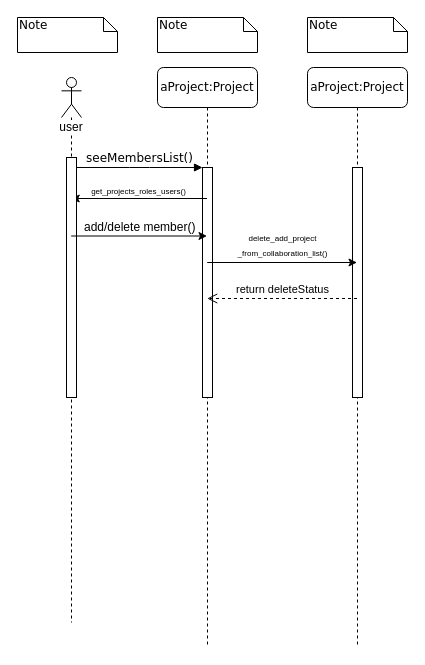
amirabbas8/ScrumOfficer keeps this draw.io diagram as Behavioral Modeling/See and Add or Delete Member Sequence Diagram.drawio. Above is the earlier version. Source tidied: cells renumbered, new cells numbered last; positions are measured from the earlier drawing's top-left corner, leaving out a move shared by most shapes. Both pictures are drawn from the tidied source at 100%, with x=0, y=0 at pixel (17, 17).
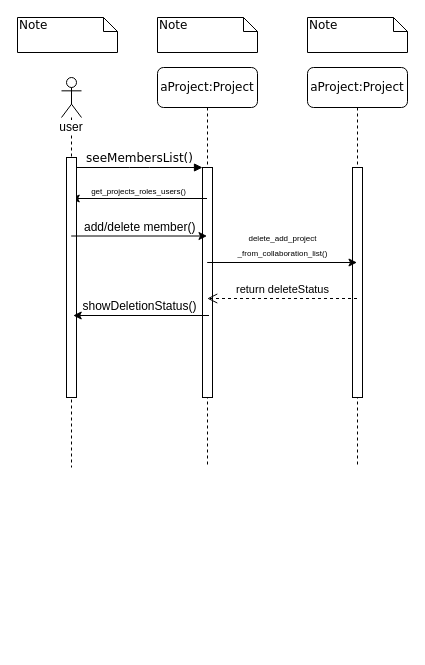
Above is the later version.

Change to the diagram source:
```diff
@@
     <mxCell id="2" value="aProject:Project" style="shape=umlLifeline;perimeter=lifelinePerimeter;whiteSpace=wrap;html=1;rounded=1;shadow=0;comic=0;labelBackgroundColor=none;strokeColor=#000000;strokeWidth=1;fillColor=#FFFFFF;fontFamily=Verdana;fontSize=12;fontColor=#000000;align=center;" parent="1" vertex="1">
-      <mxGeometry x="140" y="50" width="100" height="580" as="geometry" />
+      <mxGeometry x="140" y="50" width="100" height="400" as="geometry" />
     </mxCell>
@@
     <mxCell id="7" value="user&lt;br&gt;" style="shape=umlLifeline;participant=umlActor;perimeter=lifelinePerimeter;whiteSpace=wrap;html=1;verticalAlign=top;spacingTop=36;labelBackgroundColor=#ffffff;" parent="1" vertex="1">
-      <mxGeometry x="44" y="60" width="20" height="545" as="geometry" />
+      <mxGeometry x="44" y="60" width="20" height="390" as="geometry" />
     </mxCell>
@@
     <mxCell id="13" value="aProject:Project" style="shape=umlLifeline;perimeter=lifelinePerimeter;whiteSpace=wrap;html=1;rounded=1;shadow=0;comic=0;labelBackgroundColor=none;strokeColor=#000000;strokeWidth=1;fillColor=#FFFFFF;fontFamily=Verdana;fontSize=12;fontColor=#000000;align=center;" parent="1" vertex="1">
-      <mxGeometry x="290" y="50" width="100" height="580" as="geometry" />
+      <mxGeometry x="290" y="50" width="100" height="400" as="geometry" />
     </mxCell>
@@
+    <mxCell id="20" style="endArrow=classic;html=1;" parent="1" edge="1">
+      <mxGeometry relative="1" as="geometry">
+        <mxPoint x="191.5" y="298" as="sourcePoint" />
+        <mxPoint x="55.7" y="298" as="targetPoint" />
+      </mxGeometry>
+    </mxCell>
+    <mxCell id="21" value="showDeletionStatus()" style="text;html=1;align=center;verticalAlign=middle;labelBackgroundColor=#ffffff;" parent="20" vertex="1">
+      <mxGeometry x="0.28" y="-7" relative="1" as="geometry">
+        <mxPoint x="17" y="-3" as="offset" />
+      </mxGeometry>
+    </mxCell>
```
